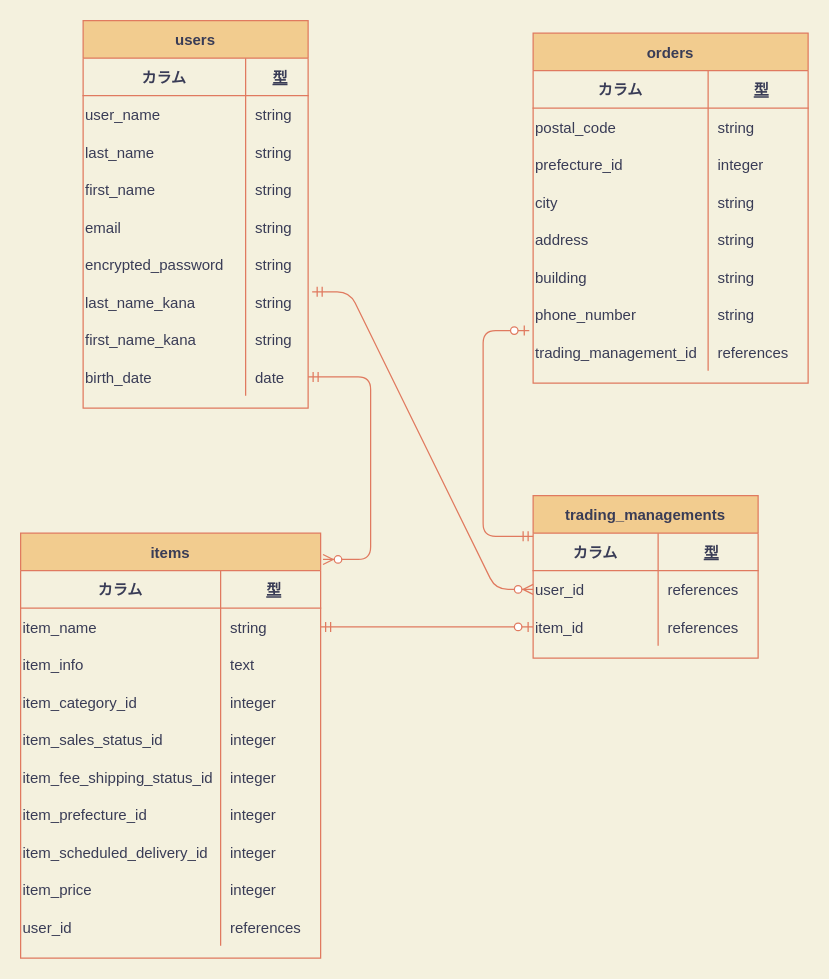
Earlier version of the draw.io diagram er.dio (grenade-Y-O-S/furima-35778). Source tidied: cells renumbered, new cells numbered last; positions are measured from the earlier drawing's top-left corner, leaving out a move shared by most shapes. Both pictures are drawn from the tidied source at 125%, with x=0, y=0 at pixel (20, 20).
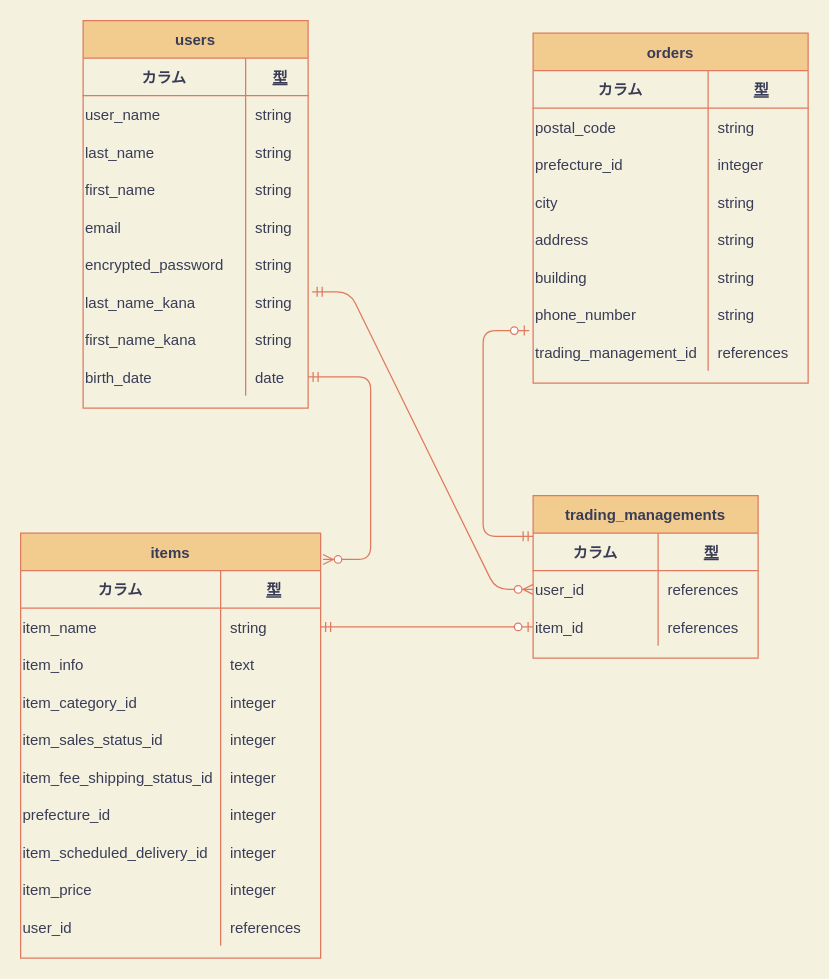
The same page after the edit.

Unchanged cells that the change refers to:
```xml
<mxCell id="49" style="shape=partialRectangle;fillColor=none;top=0;left=0;bottom=0;right=0;strokeColor=#E07A5F;fontColor=#393C56;" parent="30" vertex="1">
  <mxGeometry y="210" width="240" height="30" as="geometry" />
</mxCell>
```

What changed in the source:
```diff
@@
-    <mxCell id="50" value="item_prefecture_id" style="shape=partialRectangle;fillColor=none;top=0;left=0;bottom=0;right=0;overflow=hidden;align=left;strokeColor=#E07A5F;fontColor=#393C56;" parent="49" vertex="1">
+    <mxCell id="50" value="prefecture_id" style="shape=partialRectangle;fillColor=none;top=0;left=0;bottom=0;right=0;overflow=hidden;align=left;strokeColor=#E07A5F;fontColor=#393C56;" parent="49" vertex="1">
       <mxGeometry width="160" height="30" as="geometry" />
     </mxCell>
```
